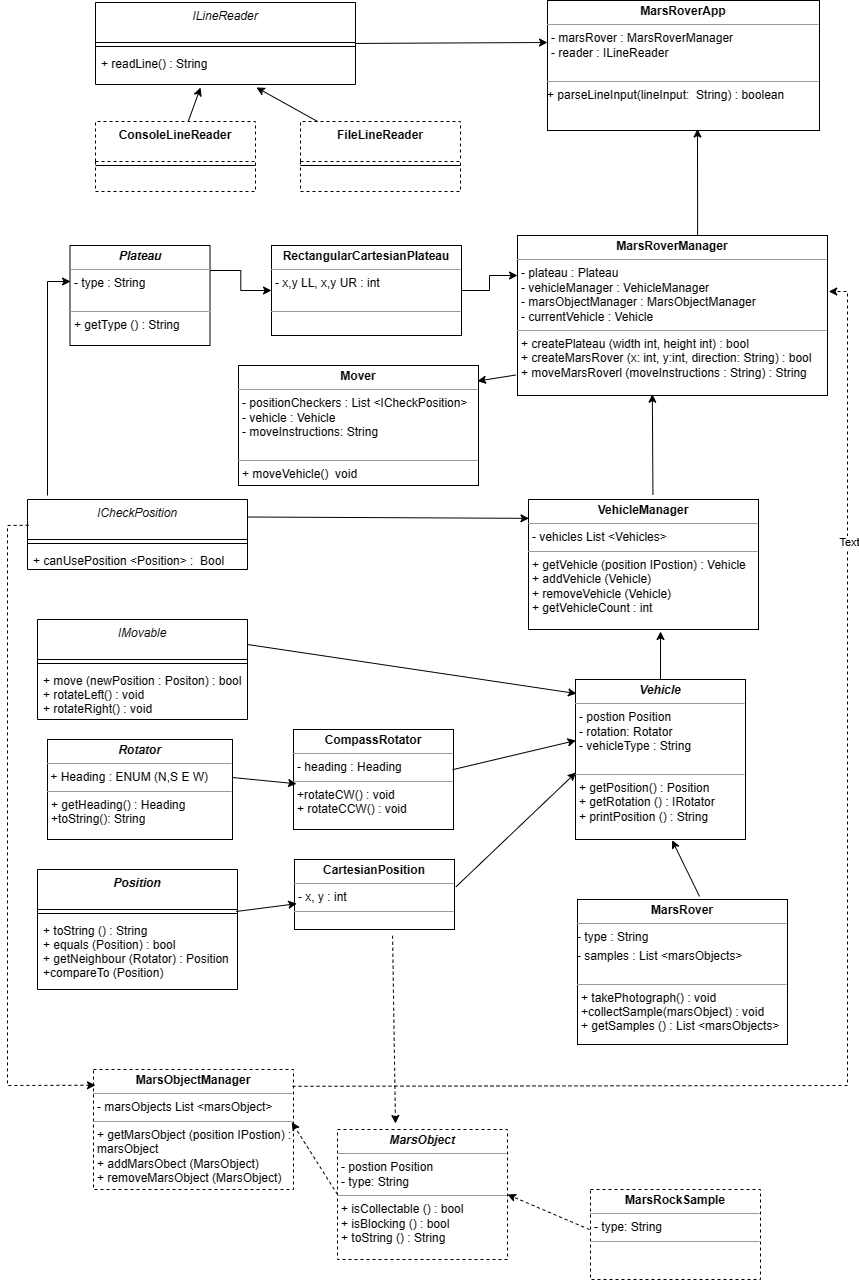
This is Docs/Melody Mars Rover UML v3.png from adeyatz/melody-mars-rover-app, a draw.io export, as it was before one commit. Source tidied: cells renumbered, new cells last; positions are measured from the earlier drawing's top-left corner, leaving out a move shared by most shapes.
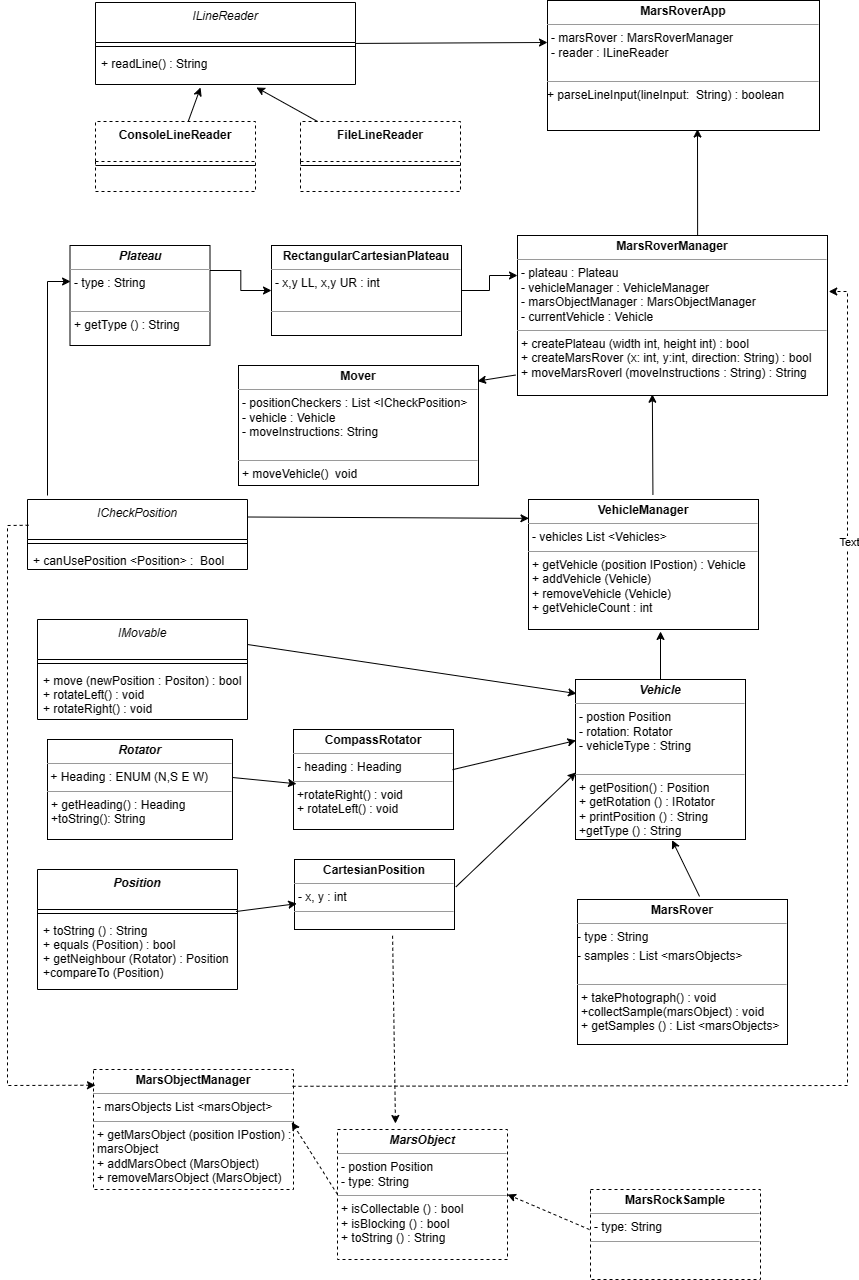
The same file after the commit.

Commit message:
Further refactoring to UML v3 - new Plateau class, consolidate IPlateau and IBlocked into ICheckPosition

Change to the diagram source:
```diff
@@ -20,13 +20,13 @@
     <mxCell id="7" value="&lt;p style=&quot;margin:0px;margin-top:4px;text-align:center;&quot;&gt;&lt;b&gt;CartesianPosition&lt;/b&gt;&lt;/p&gt;&lt;hr size=&quot;1&quot;&gt;&lt;p style=&quot;margin:0px;margin-left:4px;&quot;&gt;- x, y : int&lt;/p&gt;&lt;hr size=&quot;1&quot;&gt;&lt;p style=&quot;margin:0px;margin-left:4px;&quot;&gt;&lt;br&gt;&lt;/p&gt;" style="verticalAlign=top;align=left;overflow=fill;fontSize=12;fontFamily=Helvetica;html=1;whiteSpace=wrap;" parent="1" vertex="1">
       <mxGeometry x="287" y="859" width="160" height="70" as="geometry" />
     </mxCell>
-    <mxCell id="8" value="&lt;p style=&quot;margin:0px;margin-top:4px;text-align:center;&quot;&gt;&lt;b&gt;CompassRotator&lt;/b&gt;&lt;/p&gt;&lt;hr size=&quot;1&quot;&gt;&lt;p style=&quot;margin:0px;margin-left:4px;&quot;&gt;- heading : Heading&lt;/p&gt;&lt;hr size=&quot;1&quot;&gt;&lt;p style=&quot;margin:0px;margin-left:4px;&quot;&gt;+rotateCW() : void&lt;/p&gt;&lt;p style=&quot;margin:0px;margin-left:4px;&quot;&gt;+ rotateCCW() : void&lt;/p&gt;" style="verticalAlign=top;align=left;overflow=fill;fontSize=12;fontFamily=Helvetica;html=1;whiteSpace=wrap;" parent="1" vertex="1">
+    <mxCell id="8" value="&lt;p style=&quot;margin:0px;margin-top:4px;text-align:center;&quot;&gt;&lt;b&gt;CompassRotator&lt;/b&gt;&lt;/p&gt;&lt;hr size=&quot;1&quot;&gt;&lt;p style=&quot;margin:0px;margin-left:4px;&quot;&gt;- heading : Heading&lt;/p&gt;&lt;hr size=&quot;1&quot;&gt;&lt;p style=&quot;margin:0px;margin-left:4px;&quot;&gt;+rotateRight() : void&lt;/p&gt;&lt;p style=&quot;margin:0px;margin-left:4px;&quot;&gt;+ rotateLeft() : void&lt;/p&gt;" style="verticalAlign=top;align=left;overflow=fill;fontSize=12;fontFamily=Helvetica;html=1;whiteSpace=wrap;" parent="1" vertex="1">
       <mxGeometry x="286" y="729" width="160" height="100" as="geometry" />
     </mxCell>
     <mxCell id="9" value="&lt;p style=&quot;margin:0px;margin-top:4px;text-align:center;&quot;&gt;&lt;b&gt;VehicleManager&lt;/b&gt;&lt;/p&gt;&lt;hr size=&quot;1&quot;&gt;&lt;p style=&quot;margin:0px;margin-left:4px;&quot;&gt;- vehicles List &amp;lt;Vehicles&amp;gt;&lt;/p&gt;&lt;hr size=&quot;1&quot;&gt;&lt;p style=&quot;margin:0px;margin-left:4px;&quot;&gt;&lt;span style=&quot;background-color: initial;&quot;&gt;+ getVehicle (position IPostion) : Vehicle&lt;/span&gt;&lt;br&gt;&lt;/p&gt;&lt;p style=&quot;margin:0px;margin-left:4px;&quot;&gt;+ addVehicle (Vehicle)&lt;/p&gt;&lt;p style=&quot;margin:0px;margin-left:4px;&quot;&gt;+ removeVehicle (Vehicle)&lt;/p&gt;&lt;p style=&quot;margin:0px;margin-left:4px;&quot;&gt;+ getVehicleCount : int&lt;/p&gt;" style="verticalAlign=top;align=left;overflow=fill;fontSize=12;fontFamily=Helvetica;html=1;whiteSpace=wrap;" parent="1" vertex="1">
       <mxGeometry x="521" y="499" width="230" height="130" as="geometry" />
     </mxCell>
-    <mxCell id="10" value="&lt;p style=&quot;margin:0px;margin-top:4px;text-align:center;&quot;&gt;&lt;b&gt;&lt;i&gt;Vehicle&lt;/i&gt;&lt;/b&gt;&lt;/p&gt;&lt;hr size=&quot;1&quot;&gt;&lt;p style=&quot;margin:0px;margin-left:4px;&quot;&gt;- postion Position&lt;/p&gt;&lt;p style=&quot;margin:0px;margin-left:4px;&quot;&gt;- rotation: Rotator&lt;/p&gt;&lt;p style=&quot;margin:0px;margin-left:4px;&quot;&gt;- vehicleType : String&lt;/p&gt;&lt;p style=&quot;margin:0px;margin-left:4px;&quot;&gt;&lt;br&gt;&lt;/p&gt;&lt;hr size=&quot;1&quot;&gt;&lt;p style=&quot;margin:0px;margin-left:4px;&quot;&gt;+ getPosition() : Position&lt;/p&gt;&lt;p style=&quot;margin:0px;margin-left:4px;&quot;&gt;&lt;span style=&quot;background-color: initial;&quot;&gt;+ getRotation () : IRotator&lt;/span&gt;&lt;br&gt;&lt;/p&gt;&lt;p style=&quot;margin:0px;margin-left:4px;&quot;&gt;+ printPosition () : String&lt;/p&gt;" style="verticalAlign=top;align=left;overflow=fill;fontSize=12;fontFamily=Helvetica;html=1;whiteSpace=wrap;" parent="1" vertex="1">
+    <mxCell id="10" value="&lt;p style=&quot;margin:0px;margin-top:4px;text-align:center;&quot;&gt;&lt;b&gt;&lt;i&gt;Vehicle&lt;/i&gt;&lt;/b&gt;&lt;/p&gt;&lt;hr size=&quot;1&quot;&gt;&lt;p style=&quot;margin:0px;margin-left:4px;&quot;&gt;- postion Position&lt;/p&gt;&lt;p style=&quot;margin:0px;margin-left:4px;&quot;&gt;- rotation: Rotator&lt;/p&gt;&lt;p style=&quot;margin:0px;margin-left:4px;&quot;&gt;- vehicleType : String&lt;/p&gt;&lt;p style=&quot;margin:0px;margin-left:4px;&quot;&gt;&lt;br&gt;&lt;/p&gt;&lt;hr size=&quot;1&quot;&gt;&lt;p style=&quot;margin:0px;margin-left:4px;&quot;&gt;+ getPosition() : Position&lt;/p&gt;&lt;p style=&quot;margin:0px;margin-left:4px;&quot;&gt;&lt;span style=&quot;background-color: initial;&quot;&gt;+ getRotation () : IRotator&lt;/span&gt;&lt;br&gt;&lt;/p&gt;&lt;p style=&quot;margin:0px;margin-left:4px;&quot;&gt;+ printPosition () : String&lt;/p&gt;&lt;p style=&quot;margin:0px;margin-left:4px;&quot;&gt;+getType () : String&lt;/p&gt;" style="verticalAlign=top;align=left;overflow=fill;fontSize=12;fontFamily=Helvetica;html=1;whiteSpace=wrap;" parent="1" vertex="1">
       <mxGeometry x="568" y="679" width="170" height="160" as="geometry" />
     </mxCell>
     <mxCell id="11" value="&lt;p style=&quot;margin:0px;margin-top:4px;text-align:center;&quot;&gt;&lt;b&gt;MarsRoverManager&lt;/b&gt;&lt;/p&gt;&lt;hr size=&quot;1&quot;&gt;&lt;p style=&quot;margin:0px;margin-left:4px;&quot;&gt;- plateau : Plateau&lt;/p&gt;&lt;p style=&quot;margin:0px;margin-left:4px;&quot;&gt;- vehicleManager : VehicleManager&lt;br&gt;&lt;/p&gt;&lt;p style=&quot;margin:0px;margin-left:4px;&quot;&gt;- marsObjectManager : MarsObjectManager&lt;/p&gt;&lt;p style=&quot;margin:0px;margin-left:4px;&quot;&gt;- currentVehicle : Vehicle&lt;/p&gt;&lt;hr size=&quot;1&quot;&gt;&lt;p style=&quot;margin:0px;margin-left:4px;&quot;&gt;+ createPlateau (width int, height int) : bool&lt;/p&gt;&lt;p style=&quot;margin:0px;margin-left:4px;&quot;&gt;+ createMarsRover (x: int, y:int, direction: String) : bool&lt;/p&gt;&lt;p style=&quot;margin:0px;margin-left:4px;&quot;&gt;+ moveMarsRoverl (moveInstructions : String) : String&lt;/p&gt;" style="verticalAlign=top;align=left;overflow=fill;fontSize=12;fontFamily=Helvetica;html=1;whiteSpace=wrap;" parent="1" vertex="1">
```
